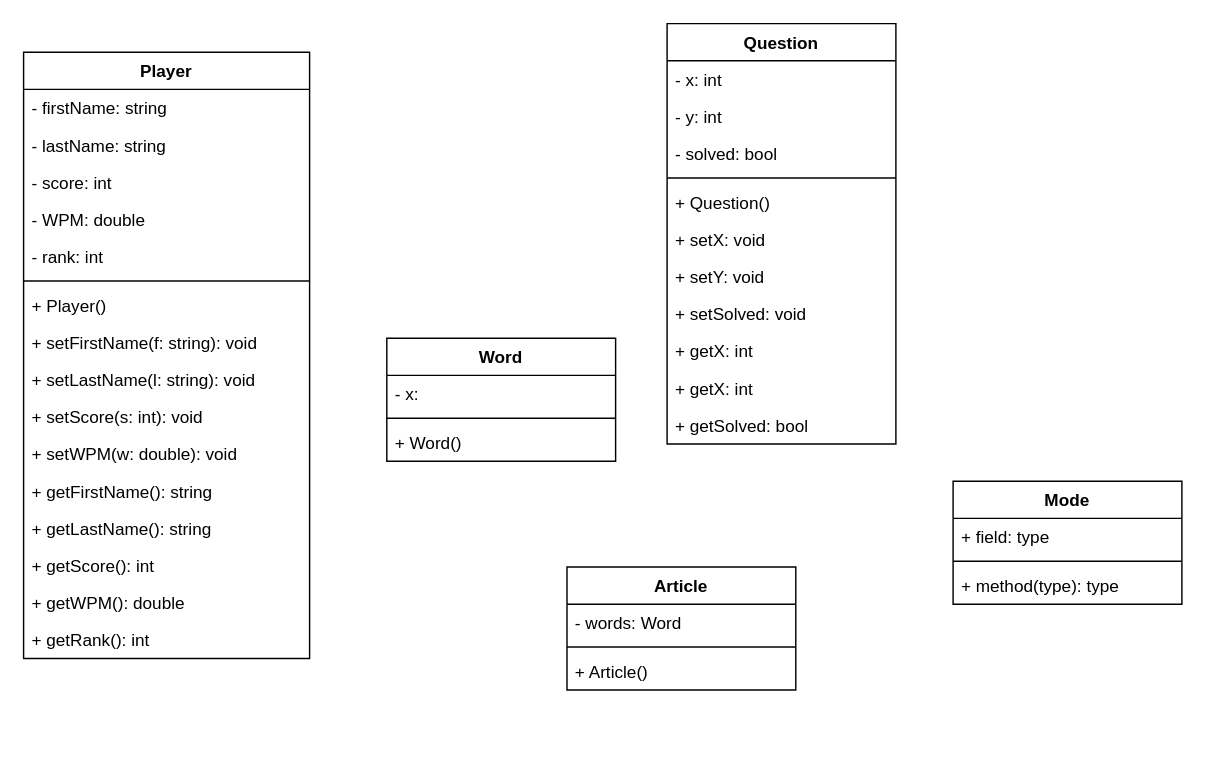
Above: EnglishTypingGame.drawio in qaz5823091/EnglishTypingGame (draw.io), before the change. Source tidied: cells renumbered, new cells numbered last; positions are measured from the earlier drawing's top-left corner, leaving out a move shared by most shapes. Both pictures are drawn from the tidied source at 143%, with x=0, y=0 at pixel (23, 23).
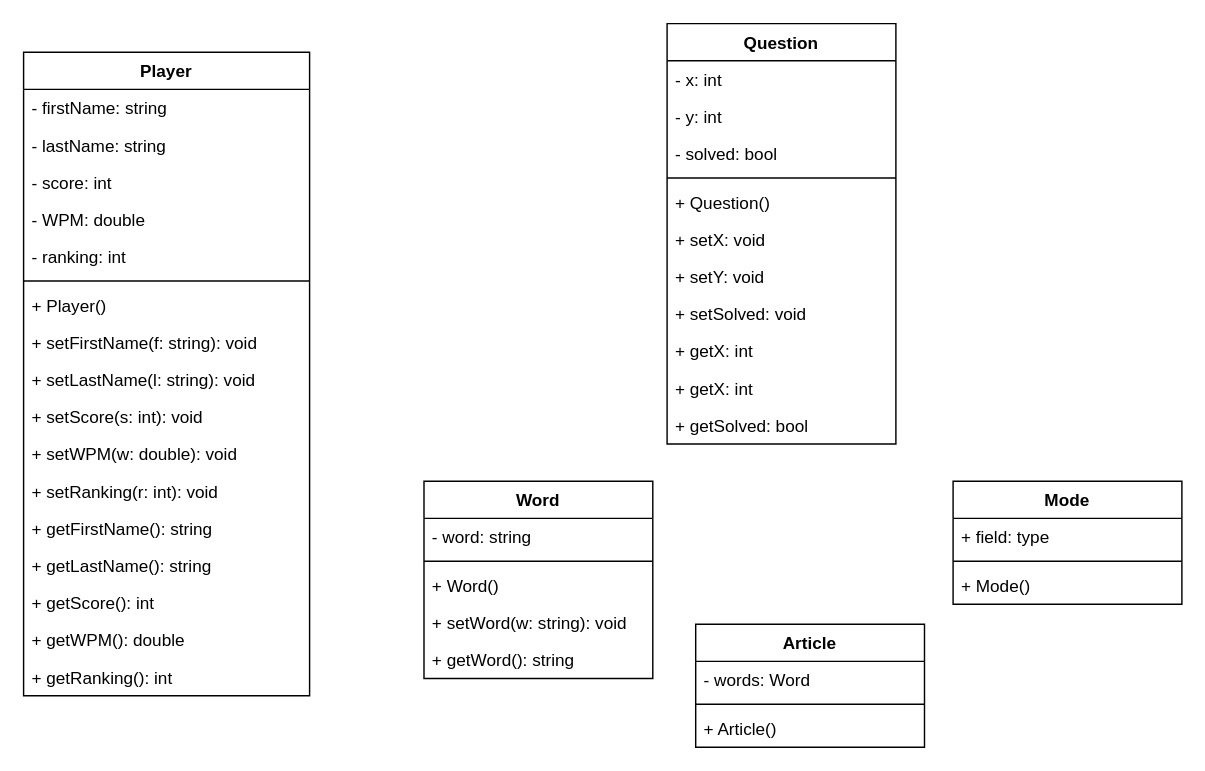
The same page after the edit.

Unchanged cells that the change refers to:
```xml
<mxCell id="31" value="Mode" style="swimlane;fontStyle=1;align=center;verticalAlign=top;horizontal=1;startSize=26;" parent="1" vertex="1">
  <mxGeometry x="650" y="320" width="160" height="86" as="geometry" />
</mxCell>
```

What changed in the source:
```diff
@@
     <mxCell id="14" value="Player" style="swimlane;fontStyle=1;align=center;verticalAlign=top;horizontal=1;startSize=26;" parent="1" vertex="1">
-      <mxGeometry y="20" width="200" height="424" as="geometry" />
+      <mxGeometry y="20" width="200" height="450" as="geometry" />
     </mxCell>
@@
-    <mxCell id="19" value="- rank: int" style="text;strokeColor=none;fillColor=none;align=left;verticalAlign=top;spacingLeft=4;spacingRight=4;overflow=hidden;" parent="14" vertex="1">
+    <mxCell id="19" value="- ranking: int" style="text;strokeColor=none;fillColor=none;align=left;verticalAlign=top;spacingLeft=4;spacingRight=4;overflow=hidden;" parent="14" vertex="1">
       <mxGeometry y="130" width="200" height="26" as="geometry" />
     </mxCell>
@@
+    <mxCell id="43" value="+ setRanking(r: int): void" style="text;strokeColor=none;fillColor=none;align=left;verticalAlign=top;spacingLeft=4;spacingRight=4;overflow=hidden;" parent="14" vertex="1">
+      <mxGeometry y="294" width="200" height="26" as="geometry" />
+    </mxCell>
     <mxCell id="26" value="+ getFirstName(): string" style="text;strokeColor=none;fillColor=none;align=left;verticalAlign=top;spacingLeft=4;spacingRight=4;overflow=hidden;" parent="14" vertex="1">
-      <mxGeometry y="294" width="200" height="26" as="geometry" />
+      <mxGeometry y="320" width="200" height="26" as="geometry" />
     </mxCell>
     <mxCell id="27" value="+ getLastName(): string" style="text;strokeColor=none;fillColor=none;align=left;verticalAlign=top;spacingLeft=4;spacingRight=4;overflow=hidden;" parent="14" vertex="1">
-      <mxGeometry y="320" width="200" height="26" as="geometry" />
+      <mxGeometry y="346" width="200" height="26" as="geometry" />
     </mxCell>
     <mxCell id="28" value="+ getScore(): int" style="text;strokeColor=none;fillColor=none;align=left;verticalAlign=top;spacingLeft=4;spacingRight=4;overflow=hidden;" parent="14" vertex="1">
-      <mxGeometry y="346" width="200" height="26" as="geometry" />
+      <mxGeometry y="372" width="200" height="26" as="geometry" />
     </mxCell>
     <mxCell id="29" value="+ getWPM(): double" style="text;strokeColor=none;fillColor=none;align=left;verticalAlign=top;spacingLeft=4;spacingRight=4;overflow=hidden;" parent="14" vertex="1">
-      <mxGeometry y="372" width="200" height="26" as="geometry" />
+      <mxGeometry y="398" width="200" height="26" as="geometry" />
     </mxCell>
-    <mxCell id="30" value="+ getRank(): int" style="text;strokeColor=none;fillColor=none;align=left;verticalAlign=top;spacingLeft=4;spacingRight=4;overflow=hidden;" parent="14" vertex="1">
-      <mxGeometry y="398" width="200" height="26" as="geometry" />
+    <mxCell id="30" value="+ getRanking(): int" style="text;strokeColor=none;fillColor=none;align=left;verticalAlign=top;spacingLeft=4;spacingRight=4;overflow=hidden;" parent="14" vertex="1">
+      <mxGeometry y="424" width="200" height="26" as="geometry" />
     </mxCell>
@@
-    <mxCell id="34" value="+ method(type): type" style="text;strokeColor=none;fillColor=none;align=left;verticalAlign=top;spacingLeft=4;spacingRight=4;overflow=hidden;" parent="31" vertex="1">
+    <mxCell id="34" value="+ Mode()" style="text;strokeColor=none;fillColor=none;align=left;verticalAlign=top;spacingLeft=4;spacingRight=4;overflow=hidden;" parent="31" vertex="1">
       <mxGeometry y="60" width="160" height="26" as="geometry" />
     </mxCell>
     <mxCell id="35" value="Article" style="swimlane;fontStyle=1;align=center;verticalAlign=top;horizontal=1;startSize=26;" parent="1" vertex="1">
-      <mxGeometry x="380" y="380" width="160" height="86" as="geometry" />
+      <mxGeometry x="470" y="420" width="160" height="86" as="geometry" />
     </mxCell>
@@
     <mxCell id="39" value="Word" style="swimlane;fontStyle=1;align=center;verticalAlign=top;horizontal=1;startSize=26;" parent="1" vertex="1">
-      <mxGeometry x="254" y="220" width="160" height="86" as="geometry" />
+      <mxGeometry x="280" y="320" width="160" height="138" as="geometry" />
     </mxCell>
-    <mxCell id="40" value="- x:" style="text;strokeColor=none;fillColor=none;align=left;verticalAlign=top;spacingLeft=4;spacingRight=4;overflow=hidden;" parent="39" vertex="1">
-      <mxGeometry y="26" width="160" height="26" as="geometry" />
-    </mxCell>
+    <mxCell id="44" value="- word: string" style="text;strokeColor=none;fillColor=none;align=left;verticalAlign=top;spacingLeft=4;spacingRight=4;overflow=hidden;" parent="39" vertex="1">
+      <mxGeometry y="26" width="160" height="26" as="geometry" />
+    </mxCell>
@@
-    <mxCell id="42" value="+ Word()" style="text;strokeColor=none;fillColor=none;align=left;verticalAlign=top;spacingLeft=4;spacingRight=4;overflow=hidden;" parent="39" vertex="1">
+    <mxCell id="42" value="+ Word()&#10;" style="text;strokeColor=none;fillColor=none;align=left;verticalAlign=top;spacingLeft=4;spacingRight=4;overflow=hidden;" parent="39" vertex="1">
       <mxGeometry y="60" width="160" height="26" as="geometry" />
     </mxCell>
+    <mxCell id="45" value="+ setWord(w: string): void" style="text;strokeColor=none;fillColor=none;align=left;verticalAlign=top;spacingLeft=4;spacingRight=4;overflow=hidden;" parent="39" vertex="1">
+      <mxGeometry y="86" width="160" height="26" as="geometry" />
+    </mxCell>
+    <mxCell id="46" value="+ getWord(): string" style="text;strokeColor=none;fillColor=none;align=left;verticalAlign=top;spacingLeft=4;spacingRight=4;overflow=hidden;" parent="39" vertex="1">
+      <mxGeometry y="112" width="160" height="26" as="geometry" />
+    </mxCell>
```
